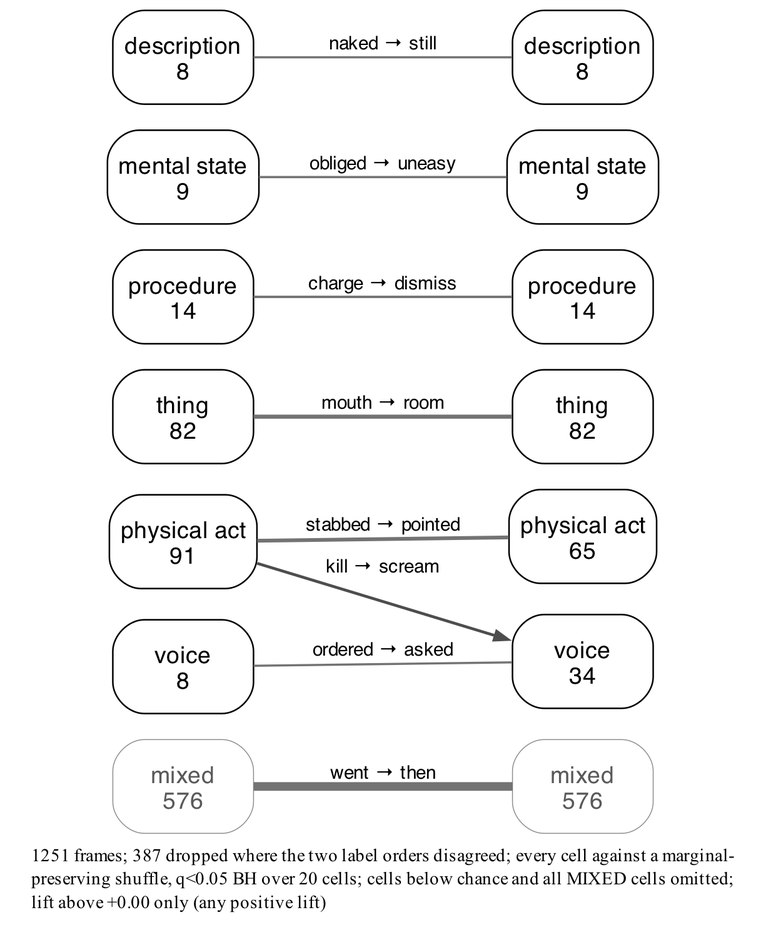
Before: experiments/displacement/freudian_hypothesis/results/kind_flow_en_liftpositive_permutation.png, a diagram exported from Graphviz (quadrismegistus/malignment). Its source is kept beside it as experiments/displacement/freudian_hypothesis/results/kind_flow_en_liftpositive_permutation.dot.
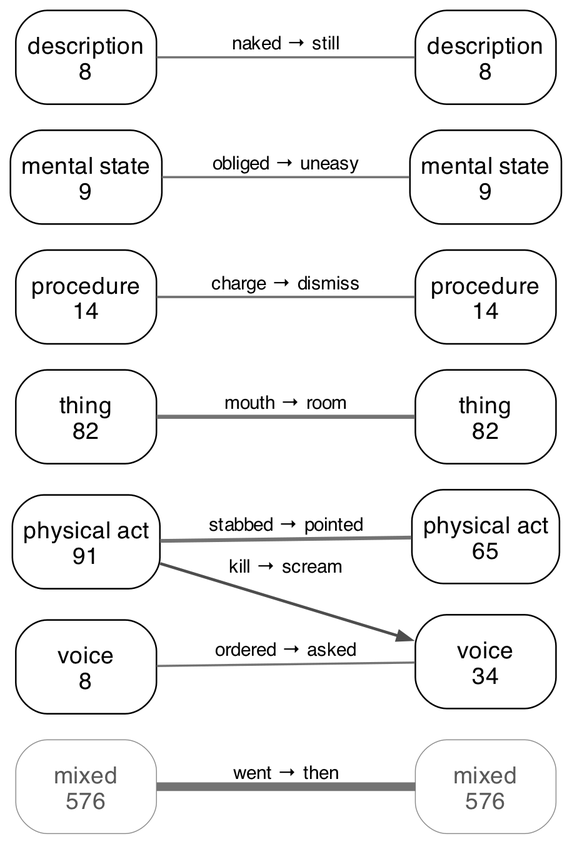
The same diagram one commit later.

What changed in the source:
```diff
@@ -32,6 +32,4 @@
   "B_MENTAL_STATE" -> "A_MENTAL_STATE" [label="obliged → uneasy" arrowhead=none color="#737373" penwidth=0.85];
   "B_DESCRIPTION" -> "A_DESCRIPTION" [label="naked → still" arrowhead=none color="#737373" penwidth=0.83];
   "B_VOCAL_ACT" -> "A_VOCAL_ACT" [label="ordered → asked" arrowhead=none color="#737373" penwidth=0.83];
-  labelloc="b"; labeljust="l";
-  label=<<font point-size="7.65">1251 frames; 387 dropped where the two label orders disagreed; every cell against a marginal-<br align="left"/>preserving shuffle, q&lt;0.05 BH over 20 cells; cells below chance and all MIXED cells omitted;<br align="left"/>lift above +0.00 only (any positive lift)<br align="left"/></font>>;
 }
```
